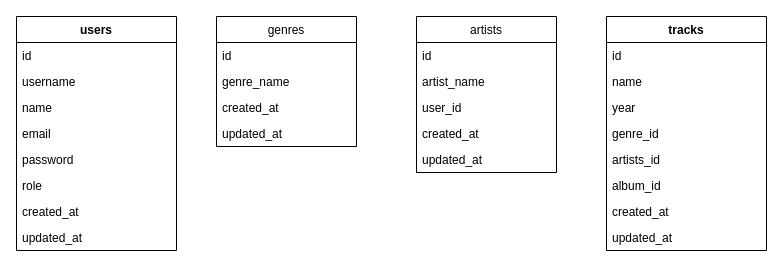
Before: musikpedia.drawio in andrinur13/express-mongo-api, a draw.io diagram. Source tidied: cells renumbered, new cells numbered last; positions are measured from the earlier drawing's top-left corner, leaving out a move shared by most shapes. Both pictures are drawn from the tidied source at 100%, with x=0, y=0 at pixel (16, 16).
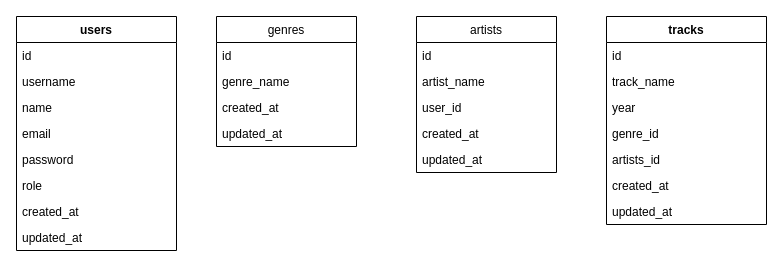
The same diagram, later.

Diff of the diagram source:
```diff
@@
     <mxCell id="22" value="tracks" style="swimlane;fontStyle=1;align=center;verticalAlign=top;horizontal=1;startSize=26;" parent="1" vertex="1">
-      <mxGeometry x="590" width="160" height="234" as="geometry" />
+      <mxGeometry x="590" width="160" height="208" as="geometry" />
     </mxCell>
@@
-    <mxCell id="24" value="name" style="text;strokeColor=none;fillColor=none;align=left;verticalAlign=top;spacingLeft=4;spacingRight=4;overflow=hidden;" parent="22" vertex="1">
+    <mxCell id="24" value="track_name" style="text;strokeColor=none;fillColor=none;align=left;verticalAlign=top;spacingLeft=4;spacingRight=4;overflow=hidden;" parent="22" vertex="1">
       <mxGeometry y="52" width="160" height="26" as="geometry" />
     </mxCell>
@@
-    <mxCell id="28" value="album_id" style="text;strokeColor=none;fillColor=none;align=left;verticalAlign=top;spacingLeft=4;spacingRight=4;overflow=hidden;" parent="22" vertex="1">
-      <mxGeometry y="156" width="160" height="26" as="geometry" />
-    </mxCell>
     <mxCell id="29" value="created_at" style="text;strokeColor=none;fillColor=none;align=left;verticalAlign=top;spacingLeft=4;spacingRight=4;overflow=hidden;" parent="22" vertex="1">
-      <mxGeometry y="182" width="160" height="26" as="geometry" />
+      <mxGeometry y="156" width="160" height="26" as="geometry" />
     </mxCell>
     <mxCell id="30" value="updated_at" style="text;strokeColor=none;fillColor=none;align=left;verticalAlign=top;spacingLeft=4;spacingRight=4;overflow=hidden;" parent="22" vertex="1">
-      <mxGeometry y="208" width="160" height="26" as="geometry" />
+      <mxGeometry y="182" width="160" height="26" as="geometry" />
     </mxCell>
```
